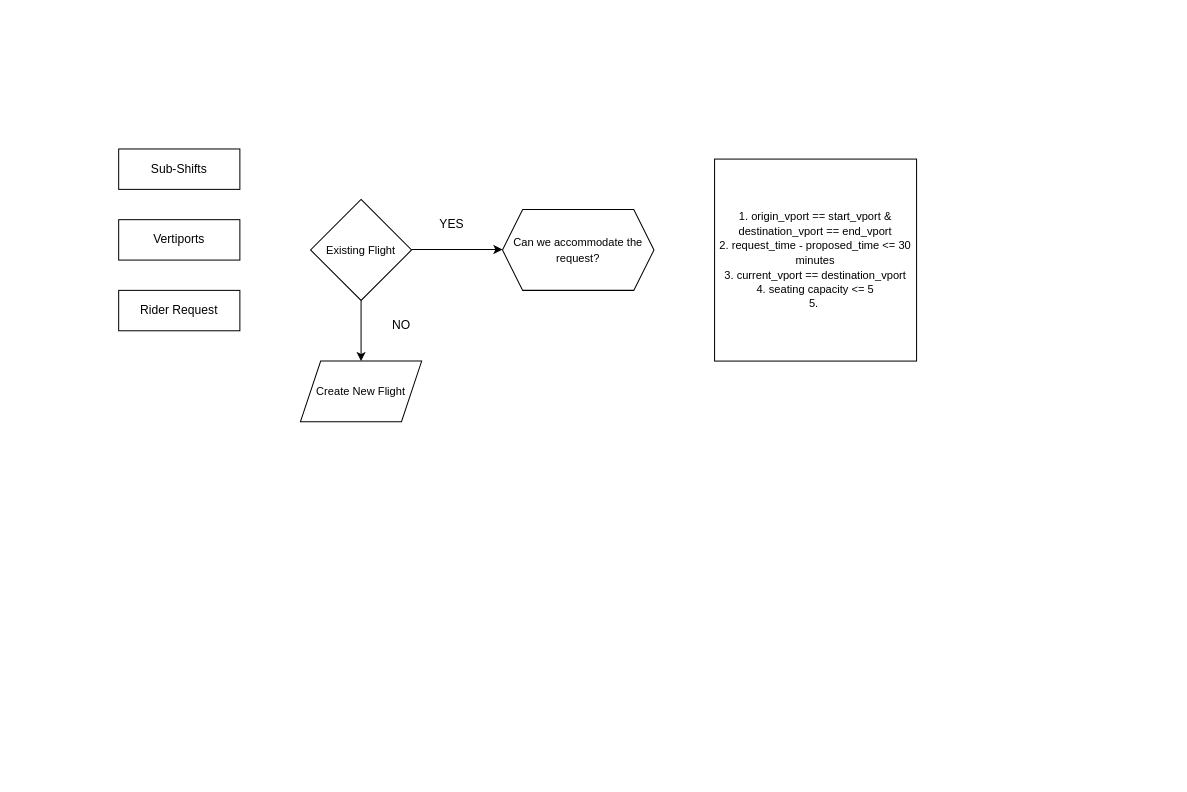
The draw.io diagram Untitled Diagram.drawio in rskris/RideshareMatching, before the edit. Source tidied: cells renumbered, new cells numbered last; positions are measured from the earlier drawing's top-left corner, leaving out a move shared by most shapes. Both pictures are drawn from the tidied source at 101%, with x=0, y=0 at pixel (118, 148).
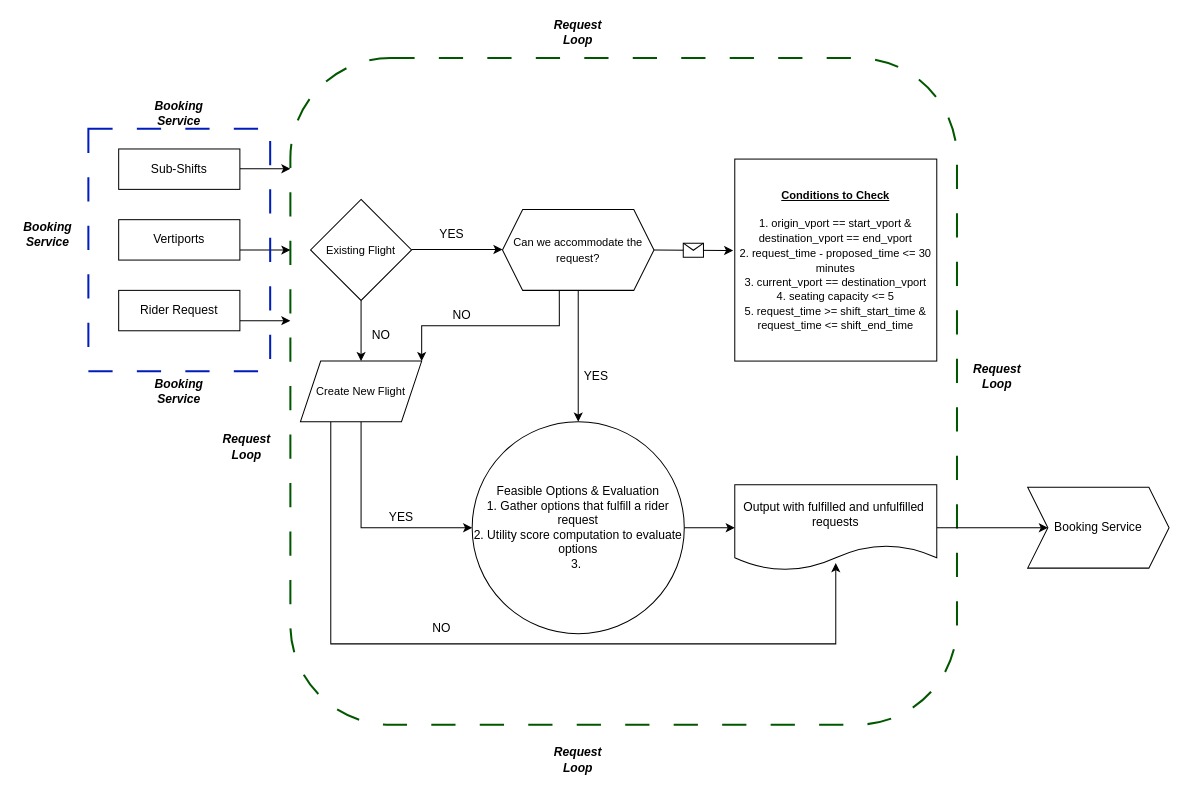
The same diagram, later.

Diff of the diagram source:
```diff
@@
+    <mxCell id="13" style="whiteSpace=wrap;html=1;fillColor=none;dashed=1;dashPattern=12 12;strokeWidth=2;rounded=1;fontColor=#ffffff;strokeColor=#005700;" parent="1" vertex="1">
+      <mxGeometry x="170" y="-90" width="660" height="660" as="geometry" />
+    </mxCell>
+    <mxCell id="5" style="edgeStyle=orthogonalEdgeStyle;rounded=0;jettySize=auto;html=1;" parent="1" edge="1" source="6">
+      <mxGeometry relative="1" as="geometry">
+        <mxPoint x="240" y="210" as="targetPoint" />
+      </mxGeometry>
+    </mxCell>
+    <mxCell id="6" value="&lt;font style=&quot;font-size: 11px;&quot;&gt;Existing Flight&lt;/font&gt;" style="rhombus;whiteSpace=wrap;html=1;" parent="1" vertex="1">
+      <mxGeometry x="190" y="50" width="100" height="100" as="geometry" />
+    </mxCell>
+    <mxCell id="7" style="endArrow=classic;html=1;rounded=0;" parent="1" edge="1">
+      <mxGeometry relative="1" as="geometry">
+        <mxPoint x="290" y="99.5" as="sourcePoint" />
+        <mxPoint x="380" y="99.5" as="targetPoint" />
+      </mxGeometry>
+    </mxCell>
+    <mxCell id="14" style="edgeStyle=orthogonalEdgeStyle;rounded=0;jettySize=auto;html=1;" parent="1" edge="1" source="8" target="24">
+      <mxGeometry relative="1" as="geometry">
+        <Array as="points">
+          <mxPoint x="455" y="190" />
+          <mxPoint x="455" y="190" />
+        </Array>
+      </mxGeometry>
+    </mxCell>
+    <mxCell id="15" style="edgeStyle=orthogonalEdgeStyle;rounded=0;jettySize=auto;html=1;exitX=0.375;exitY=1;exitDx=0;exitDy=0;entryX=1;entryY=0;entryDx=0;entryDy=0;" parent="1" edge="1" source="8" target="10">
+      <mxGeometry relative="1" as="geometry" />
+    </mxCell>
+    <mxCell id="8" value="&lt;font style=&quot;font-size: 11px;&quot;&gt;Can we accommodate the request?&lt;/font&gt;" style="shape=hexagon;perimeter=hexagonPerimeter2;whiteSpace=wrap;html=1;fixedSize=1;" parent="1" vertex="1">
+      <mxGeometry x="380" y="60" width="150" height="80" as="geometry" />
+    </mxCell>
+    <mxCell id="9" value="YES" style="text;html=1;strokeColor=none;fillColor=none;align=center;verticalAlign=middle;whiteSpace=wrap;rounded=0;" parent="1" vertex="1">
+      <mxGeometry x="300" y="70" width="60" height="30" as="geometry" />
+    </mxCell>
+    <mxCell id="16" style="edgeStyle=orthogonalEdgeStyle;rounded=0;jettySize=auto;html=1;exitX=0.5;exitY=1;exitDx=0;exitDy=0;entryX=0;entryY=0.5;entryDx=0;entryDy=0;" parent="1" edge="1" source="10" target="24">
+      <mxGeometry relative="1" as="geometry" />
+    </mxCell>
+    <mxCell id="17" style="edgeStyle=orthogonalEdgeStyle;rounded=0;jettySize=auto;html=1;exitX=0.25;exitY=1;exitDx=0;exitDy=0;" parent="1" edge="1" source="10">
+      <mxGeometry relative="1" as="geometry">
+        <mxPoint x="710" y="410" as="targetPoint" />
+        <Array as="points">
+          <mxPoint x="210" y="490" />
+          <mxPoint x="710" y="490" />
+        </Array>
+      </mxGeometry>
+    </mxCell>
+    <mxCell id="10" value="&lt;font style=&quot;font-size: 11px;&quot;&gt;Create New Flight&lt;/font&gt;" style="shape=parallelogram;perimeter=parallelogramPerimeter;whiteSpace=wrap;html=1;fixedSize=1;" parent="1" vertex="1">
+      <mxGeometry x="180" y="210" width="120" height="60" as="geometry" />
+    </mxCell>
+    <mxCell id="11" value="NO" style="text;html=1;strokeColor=none;fillColor=none;align=center;verticalAlign=middle;whiteSpace=wrap;rounded=0;" parent="1" vertex="1">
+      <mxGeometry x="230" y="170" width="60" height="30" as="geometry" />
+    </mxCell>
+    <mxCell id="12" value="&lt;font style=&quot;font-size: 11px;&quot;&gt;&lt;b&gt;&lt;u&gt;Conditions to Check&lt;br&gt;&lt;/u&gt;&lt;/b&gt;&lt;br&gt;1. origin_vport == start_vport &amp;amp; destination_vport == end_vport&lt;br&gt;2. request_time - proposed_time &amp;lt;= 30 minutes&lt;br&gt;3. current_vport == destination_vport&lt;br&gt;4. seating capacity &amp;lt;= 5&lt;br&gt;5. request_time &amp;gt;= shift_start_time &amp;amp; request_time &amp;lt;= shift_end_time&lt;br&gt;&lt;/font&gt;" style="whiteSpace=wrap;html=1;" parent="1" vertex="1">
+      <mxGeometry x="610" y="10" width="200" height="200" as="geometry" />
+    </mxCell>
+    <mxCell id="18" style="endArrow=classic;html=1;rounded=0;entryX=-0.008;entryY=0.453;entryDx=0;entryDy=0;entryPerimeter=0;" parent="1" edge="1" target="12">
+      <mxGeometry relative="1" as="geometry">
+        <mxPoint x="530" y="100" as="sourcePoint" />
+      </mxGeometry>
+    </mxCell>
+    <mxCell id="19" style="shape=message;html=1;" parent="18" vertex="1">
+      <mxGeometry width="20" height="14" relative="1" as="geometry">
+        <mxPoint x="-10" y="-7" as="offset" />
+      </mxGeometry>
+    </mxCell>
+    <mxCell id="20" style="endArrow=classic;html=1;rounded=0;entryX=0;entryY=0.288;entryDx=0;entryDy=0;entryPerimeter=0;" parent="1" edge="1" target="13">
+      <mxGeometry relative="1" as="geometry">
+        <mxPoint x="120" y="100" as="sourcePoint" />
+      </mxGeometry>
+    </mxCell>
+    <mxCell id="21" style="endArrow=classic;html=1;rounded=0;entryX=0;entryY=0.288;entryDx=0;entryDy=0;entryPerimeter=0;" parent="1" edge="1">
+      <mxGeometry relative="1" as="geometry">
+        <mxPoint x="120" y="170" as="sourcePoint" />
+        <mxPoint x="170" y="170" as="targetPoint" />
+      </mxGeometry>
+    </mxCell>
+    <mxCell id="22" style="endArrow=classic;html=1;rounded=0;entryX=0;entryY=0.288;entryDx=0;entryDy=0;entryPerimeter=0;" parent="1" edge="1">
+      <mxGeometry relative="1" as="geometry">
+        <mxPoint x="120" y="19.6" as="sourcePoint" />
+        <mxPoint x="170" y="19.6" as="targetPoint" />
+      </mxGeometry>
+    </mxCell>
+    <mxCell id="23" style="edgeStyle=orthogonalEdgeStyle;rounded=0;jettySize=auto;html=1;" parent="1" edge="1" source="24" target="33">
+      <mxGeometry relative="1" as="geometry" />
+    </mxCell>
+    <mxCell id="24" value="Feasible Options &amp;amp; Evaluation&lt;br&gt;1. Gather options that fulfill a rider request&lt;br&gt;2. Utility score computation to evaluate options&lt;br&gt;3.&amp;nbsp;" style="ellipse;whiteSpace=wrap;html=1;" parent="1" vertex="1">
+      <mxGeometry x="350" y="270" width="210" height="210" as="geometry" />
+    </mxCell>
+    <mxCell id="25" value="YES" style="text;html=1;strokeColor=none;fillColor=none;align=center;verticalAlign=middle;whiteSpace=wrap;rounded=0;" parent="1" vertex="1">
+      <mxGeometry x="443" y="210" width="60" height="30" as="geometry" />
+    </mxCell>
+    <mxCell id="26" value="&lt;b&gt;&lt;i&gt;Request Loop&lt;/i&gt;&lt;/b&gt;" style="text;html=1;strokeColor=none;fillColor=none;align=center;verticalAlign=middle;whiteSpace=wrap;rounded=0;" parent="1" vertex="1">
+      <mxGeometry x="425" y="590" width="60" height="30" as="geometry" />
+    </mxCell>
+    <mxCell id="27" value="&lt;b&gt;&lt;i&gt;Request Loop&lt;/i&gt;&lt;/b&gt;" style="text;html=1;strokeColor=none;fillColor=none;align=center;verticalAlign=middle;whiteSpace=wrap;rounded=0;" parent="1" vertex="1">
+      <mxGeometry x="425" y="-130" width="60" height="30" as="geometry" />
+    </mxCell>
+    <mxCell id="28" value="&lt;b&gt;&lt;i&gt;Request Loop&lt;/i&gt;&lt;/b&gt;" style="text;html=1;strokeColor=none;fillColor=none;align=center;verticalAlign=middle;whiteSpace=wrap;rounded=0;" parent="1" vertex="1">
+      <mxGeometry x="840" y="210" width="60" height="30" as="geometry" />
+    </mxCell>
+    <mxCell id="29" value="&lt;b&gt;&lt;i&gt;Request Loop&lt;/i&gt;&lt;/b&gt;" style="text;html=1;strokeColor=none;fillColor=none;align=center;verticalAlign=middle;whiteSpace=wrap;rounded=0;" parent="1" vertex="1">
+      <mxGeometry x="97" y="280" width="60" height="30" as="geometry" />
+    </mxCell>
+    <mxCell id="30" value="YES" style="text;html=1;strokeColor=none;fillColor=none;align=center;verticalAlign=middle;whiteSpace=wrap;rounded=0;" parent="1" vertex="1">
+      <mxGeometry x="250" y="350" width="60" height="30" as="geometry" />
+    </mxCell>
+    <mxCell id="31" value="NO" style="text;html=1;strokeColor=none;fillColor=none;align=center;verticalAlign=middle;whiteSpace=wrap;rounded=0;" parent="1" vertex="1">
+      <mxGeometry x="310" y="150" width="60" height="30" as="geometry" />
+    </mxCell>
+    <mxCell id="32" style="edgeStyle=orthogonalEdgeStyle;rounded=0;jettySize=auto;html=1;" parent="1" edge="1" source="33">
+      <mxGeometry relative="1" as="geometry">
+        <mxPoint x="920" y="375" as="targetPoint" />
+      </mxGeometry>
+    </mxCell>
+    <mxCell id="33" value="Output with fulfilled and unfulfilled&amp;nbsp; requests" style="shape=document;whiteSpace=wrap;html=1;boundedLbl=1;" parent="1" vertex="1">
+      <mxGeometry x="610" y="332.5" width="200" height="85" as="geometry" />
+    </mxCell>
+    <mxCell id="34" value="NO" style="text;html=1;strokeColor=none;fillColor=none;align=center;verticalAlign=middle;whiteSpace=wrap;rounded=0;" parent="1" vertex="1">
+      <mxGeometry x="290" y="460" width="60" height="30" as="geometry" />
+    </mxCell>
+    <mxCell id="35" value="Booking Service" style="shape=step;perimeter=stepPerimeter;whiteSpace=wrap;html=1;fixedSize=1;" parent="1" vertex="1">
+      <mxGeometry x="900" y="335" width="140" height="80" as="geometry" />
+    </mxCell>
+    <mxCell id="36" style="group;" parent="1" vertex="1">
+      <mxGeometry width="120" height="180" as="geometry" />
+    </mxCell>
-    <mxCell id="2" value="Sub-Shifts" style="rounded=0;whiteSpace=wrap;html=1;" parent="1" vertex="1">
+    <mxCell id="2" value="Sub-Shifts" style="rounded=0;whiteSpace=wrap;html=1;" parent="36" vertex="1">
       <mxGeometry width="120" height="40" as="geometry" />
     </mxCell>
-    <mxCell id="3" value="Vertiports" style="rounded=0;whiteSpace=wrap;html=1;" parent="1" vertex="1">
+    <mxCell id="3" value="Vertiports" style="rounded=0;whiteSpace=wrap;html=1;" parent="36" vertex="1">
       <mxGeometry y="70" width="120" height="40" as="geometry" />
     </mxCell>
-    <mxCell id="4" value="Rider Request" style="rounded=0;whiteSpace=wrap;html=1;" parent="1" vertex="1">
+    <mxCell id="4" value="Rider Request" style="rounded=0;whiteSpace=wrap;html=1;" parent="36" vertex="1">
       <mxGeometry y="140" width="120" height="40" as="geometry" />
     </mxCell>
-    <mxCell id="5" style="edgeStyle=orthogonalEdgeStyle;rounded=0;jettySize=auto;html=1;" parent="1" edge="1" source="6">
-      <mxGeometry relative="1" as="geometry">
-        <mxPoint x="240" y="210" as="targetPoint" />
-      </mxGeometry>
-    </mxCell>
-    <mxCell id="6" value="&lt;font style=&quot;font-size: 11px;&quot;&gt;Existing Flight&lt;/font&gt;" style="rhombus;whiteSpace=wrap;html=1;" parent="1" vertex="1">
-      <mxGeometry x="190" y="50" width="100" height="100" as="geometry" />
-    </mxCell>
-    <mxCell id="7" style="endArrow=classic;html=1;rounded=0;" parent="1" edge="1">
-      <mxGeometry relative="1" as="geometry">
-        <mxPoint x="290" y="99.5" as="sourcePoint" />
-        <mxPoint x="380" y="99.5" as="targetPoint" />
-      </mxGeometry>
-    </mxCell>
-    <mxCell id="8" value="&lt;font style=&quot;font-size: 11px;&quot;&gt;Can we accommodate the request?&lt;/font&gt;" style="shape=hexagon;perimeter=hexagonPerimeter2;whiteSpace=wrap;html=1;fixedSize=1;" parent="1" vertex="1">
-      <mxGeometry x="380" y="60" width="150" height="80" as="geometry" />
-    </mxCell>
-    <mxCell id="9" value="YES" style="text;html=1;strokeColor=none;fillColor=none;align=center;verticalAlign=middle;whiteSpace=wrap;rounded=0;" parent="1" vertex="1">
-      <mxGeometry x="300" y="60" width="60" height="30" as="geometry" />
-    </mxCell>
-    <mxCell id="10" value="&lt;font style=&quot;font-size: 11px;&quot;&gt;Create New Flight&lt;/font&gt;" style="shape=parallelogram;perimeter=parallelogramPerimeter;whiteSpace=wrap;html=1;fixedSize=1;" parent="1" vertex="1">
-      <mxGeometry x="180" y="210" width="120" height="60" as="geometry" />
-    </mxCell>
-    <mxCell id="11" value="NO" style="text;html=1;strokeColor=none;fillColor=none;align=center;verticalAlign=middle;whiteSpace=wrap;rounded=0;" parent="1" vertex="1">
-      <mxGeometry x="250" y="160" width="60" height="30" as="geometry" />
-    </mxCell>
-    <mxCell id="12" value="&lt;font style=&quot;font-size: 11px;&quot;&gt;1. origin_vport == start_vport &amp;amp; destination_vport == end_vport&lt;br&gt;2. request_time - proposed_time &amp;lt;= 30 minutes&lt;br&gt;3. current_vport == destination_vport&lt;br&gt;4. seating capacity &amp;lt;= 5&lt;br&gt;5.&amp;nbsp;&lt;br&gt;&lt;/font&gt;" style="whiteSpace=wrap;html=1;" parent="1" vertex="1">
-      <mxGeometry x="590" y="10" width="200" height="200" as="geometry" />
-    </mxCell>
+    <mxCell id="37" style="rounded=0;whiteSpace=wrap;html=1;fillColor=none;dashed=1;dashPattern=12 12;fontColor=#ffffff;strokeColor=#001DBC;strokeWidth=2;" parent="1" vertex="1">
+      <mxGeometry x="-30" y="-20" width="180" height="240" as="geometry" />
+    </mxCell>
+    <mxCell id="38" value="&lt;b&gt;&lt;i&gt;Booking Service&lt;/i&gt;&lt;/b&gt;" style="text;html=1;strokeColor=none;fillColor=none;align=center;verticalAlign=middle;whiteSpace=wrap;rounded=0;" parent="1" vertex="1">
+      <mxGeometry x="30" y="225" width="60" height="30" as="geometry" />
+    </mxCell>
+    <mxCell id="39" value="&lt;b&gt;&lt;i&gt;Booking Service&lt;/i&gt;&lt;/b&gt;" style="text;html=1;strokeColor=none;fillColor=none;align=center;verticalAlign=middle;whiteSpace=wrap;rounded=0;" parent="1" vertex="1">
+      <mxGeometry x="30" y="-50" width="60" height="30" as="geometry" />
+    </mxCell>
+    <mxCell id="40" value="&lt;b&gt;&lt;i&gt;Booking Service&lt;/i&gt;&lt;/b&gt;" style="text;html=1;strokeColor=none;fillColor=none;align=center;verticalAlign=middle;whiteSpace=wrap;rounded=0;" parent="1" vertex="1">
+      <mxGeometry x="-100" y="70" width="60" height="30" as="geometry" />
+    </mxCell>
```
